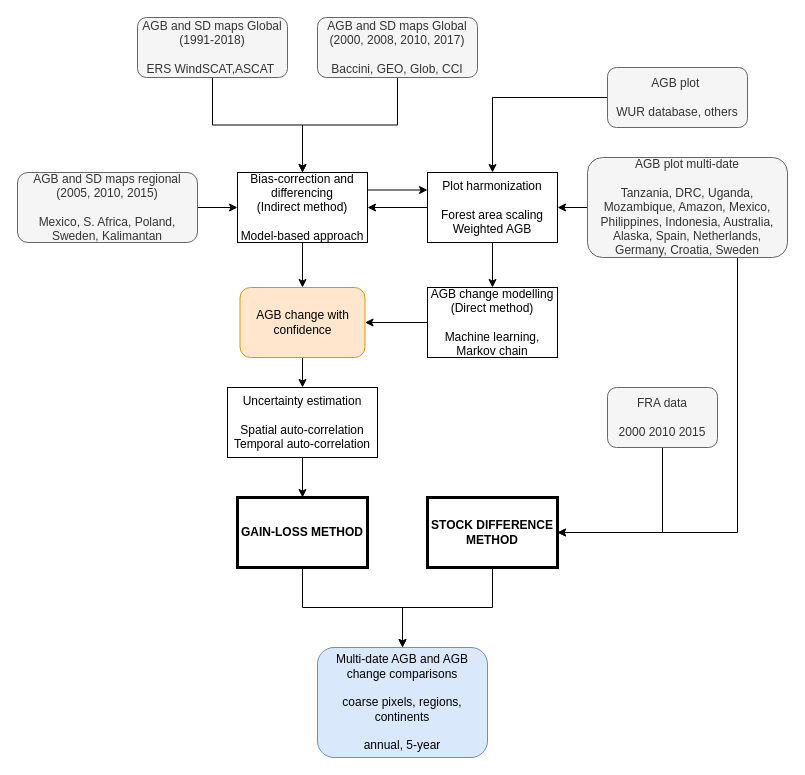
Above: Biomass change.drawio in arnanaraza/diagrams (draw.io), before the change. Source tidied: cells renumbered, new cells numbered last; positions are measured from the earlier drawing's top-left corner, leaving out a move shared by most shapes. Both pictures are drawn from the tidied source at 100%, with x=0, y=0 at pixel (17, 17).
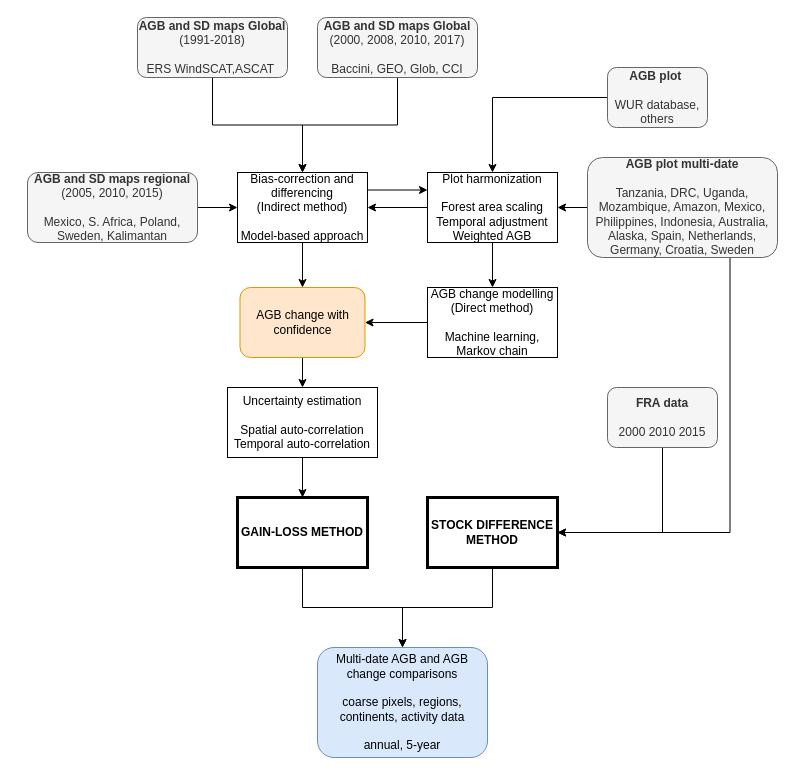
After the change.

The edit, as a diff of the source:
```diff
@@
-    <mxCell id="5" value="AGB and SD maps Global &lt;br&gt;(1991-2018)&lt;br&gt;&lt;br&gt;ERS WindSCAT,ASCAT&amp;nbsp;" style="rounded=1;whiteSpace=wrap;html=1;fillColor=#f5f5f5;strokeColor=#666666;fontColor=#333333;" parent="1" vertex="1">
+    <mxCell id="5" value="&lt;b&gt;AGB and SD maps Global&lt;/b&gt; &lt;br&gt;(1991-2018)&lt;br&gt;&lt;br&gt;ERS WindSCAT,ASCAT&amp;nbsp;" style="rounded=1;whiteSpace=wrap;html=1;fillColor=#f5f5f5;strokeColor=#666666;fontColor=#333333;" parent="1" vertex="1">
       <mxGeometry x="120" width="150" height="60" as="geometry" />
     </mxCell>
@@
-    <mxCell id="7" value="AGB and SD maps Global &lt;br&gt;(2000, 2008, 2010, 2017)&lt;br&gt;&lt;br&gt;Baccini, GEO, Glob, CCI" style="rounded=1;whiteSpace=wrap;html=1;fillColor=#f5f5f5;strokeColor=#666666;fontColor=#333333;" parent="1" vertex="1">
+    <mxCell id="7" value="&lt;b&gt;AGB and SD maps Global &lt;br&gt;&lt;/b&gt;(2000, 2008, 2010, 2017)&lt;br&gt;&lt;br&gt;Baccini, GEO, Glob, CCI" style="rounded=1;whiteSpace=wrap;html=1;fillColor=#f5f5f5;strokeColor=#666666;fontColor=#333333;" parent="1" vertex="1">
       <mxGeometry x="300" width="160" height="60" as="geometry" />
     </mxCell>
@@
-    <mxCell id="9" value="AGB and SD maps regional&lt;br&gt;(2005, 2010, 2015)&lt;br&gt;&lt;br&gt;Mexico, S. Africa, Poland, Sweden, Kalimantan" style="rounded=1;whiteSpace=wrap;html=1;fillColor=#f5f5f5;strokeColor=#666666;fontColor=#333333;" parent="1" vertex="1">
-      <mxGeometry y="155" width="180" height="70" as="geometry" />
+    <mxCell id="9" value="&lt;b&gt;AGB and SD maps regional&lt;/b&gt;&lt;br&gt;(2005, 2010, 2015)&lt;br&gt;&lt;br&gt;Mexico, S. Africa, Poland, Sweden, Kalimantan" style="rounded=1;whiteSpace=wrap;html=1;fillColor=#f5f5f5;strokeColor=#666666;fontColor=#333333;" parent="1" vertex="1">
+      <mxGeometry x="10" y="155" width="170" height="70" as="geometry" />
     </mxCell>
@@
-    <mxCell id="14" value="AGB plot multi-date&lt;br&gt;&lt;br&gt;Tanzania, DRC, Uganda, Mozambique, Amazon, Mexico, Philippines, Indonesia, Australia, Alaska, Spain, Netherlands, Germany, Croatia, Sweden" style="rounded=1;whiteSpace=wrap;html=1;fillColor=#f5f5f5;strokeColor=#666666;fontColor=#333333;" parent="1" vertex="1">
-      <mxGeometry x="570" y="140" width="200" height="100" as="geometry" />
+    <mxCell id="14" value="&lt;b&gt;AGB plot multi-date&lt;br&gt;&lt;/b&gt;&lt;br&gt;Tanzania, DRC, Uganda, Mozambique, Amazon, Mexico, Philippines, Indonesia, Australia, Alaska, Spain, Netherlands, Germany, Croatia, Sweden" style="rounded=1;whiteSpace=wrap;html=1;fillColor=#f5f5f5;strokeColor=#666666;fontColor=#333333;" parent="1" vertex="1">
+      <mxGeometry x="570" y="140" width="190" height="100" as="geometry" />
     </mxCell>
@@
-    <mxCell id="16" value="FRA data&lt;br&gt;&lt;br&gt;2000 2010 2015" style="rounded=1;whiteSpace=wrap;html=1;fillColor=#f5f5f5;strokeColor=#666666;fontColor=#333333;" parent="1" vertex="1">
+    <mxCell id="16" value="&lt;b&gt;FRA data&lt;br&gt;&lt;/b&gt;&lt;br&gt;2000 2010 2015" style="rounded=1;whiteSpace=wrap;html=1;fillColor=#f5f5f5;strokeColor=#666666;fontColor=#333333;" parent="1" vertex="1">
       <mxGeometry x="590" y="370" width="110" height="60" as="geometry" />
     </mxCell>
@@
-    <mxCell id="19" value="Multi-date AGB and AGB change comparisons&lt;br&gt;&lt;br&gt;coarse pixels, regions, continents&lt;br&gt;&lt;br&gt;annual, 5-year" style="rounded=1;whiteSpace=wrap;html=1;fillColor=#dae8fc;strokeColor=#6c8ebf;" parent="1" vertex="1">
+    <mxCell id="19" value="Multi-date AGB and AGB change comparisons&lt;br&gt;&lt;br&gt;coarse pixels, regions, continents, activity data&lt;br&gt;&lt;br&gt;annual, 5-year" style="rounded=1;whiteSpace=wrap;html=1;fillColor=#dae8fc;strokeColor=#6c8ebf;" parent="1" vertex="1">
       <mxGeometry x="300" y="630" width="170" height="110" as="geometry" />
     </mxCell>
@@
-    <mxCell id="26" value="Plot harmonization&lt;br&gt;&lt;br&gt;Forest area scaling&lt;br&gt;Weighted AGB" style="rounded=0;whiteSpace=wrap;html=1;" parent="1" vertex="1">
+    <mxCell id="26" value="Plot harmonization&lt;br&gt;&lt;br&gt;Forest area scaling&lt;br&gt;Temporal adjustment&lt;br&gt;Weighted AGB" style="rounded=0;whiteSpace=wrap;html=1;" parent="1" vertex="1">
       <mxGeometry x="410" y="155" width="130" height="70" as="geometry" />
     </mxCell>
@@
-    <mxCell id="28" value="AGB plot&amp;nbsp;&lt;br&gt;&lt;br&gt;WUR database, others" style="rounded=1;whiteSpace=wrap;html=1;fillColor=#f5f5f5;strokeColor=#666666;fontColor=#333333;" parent="1" vertex="1">
-      <mxGeometry x="590" y="50" width="140" height="60" as="geometry" />
+    <mxCell id="28" value="&lt;b&gt;AGB plot&amp;nbsp;&lt;br&gt;&lt;/b&gt;&lt;br&gt;WUR database, others" style="rounded=1;whiteSpace=wrap;html=1;fillColor=#f5f5f5;strokeColor=#666666;fontColor=#333333;" parent="1" vertex="1">
+      <mxGeometry x="590" y="50" width="100" height="60" as="geometry" />
     </mxCell>
```
